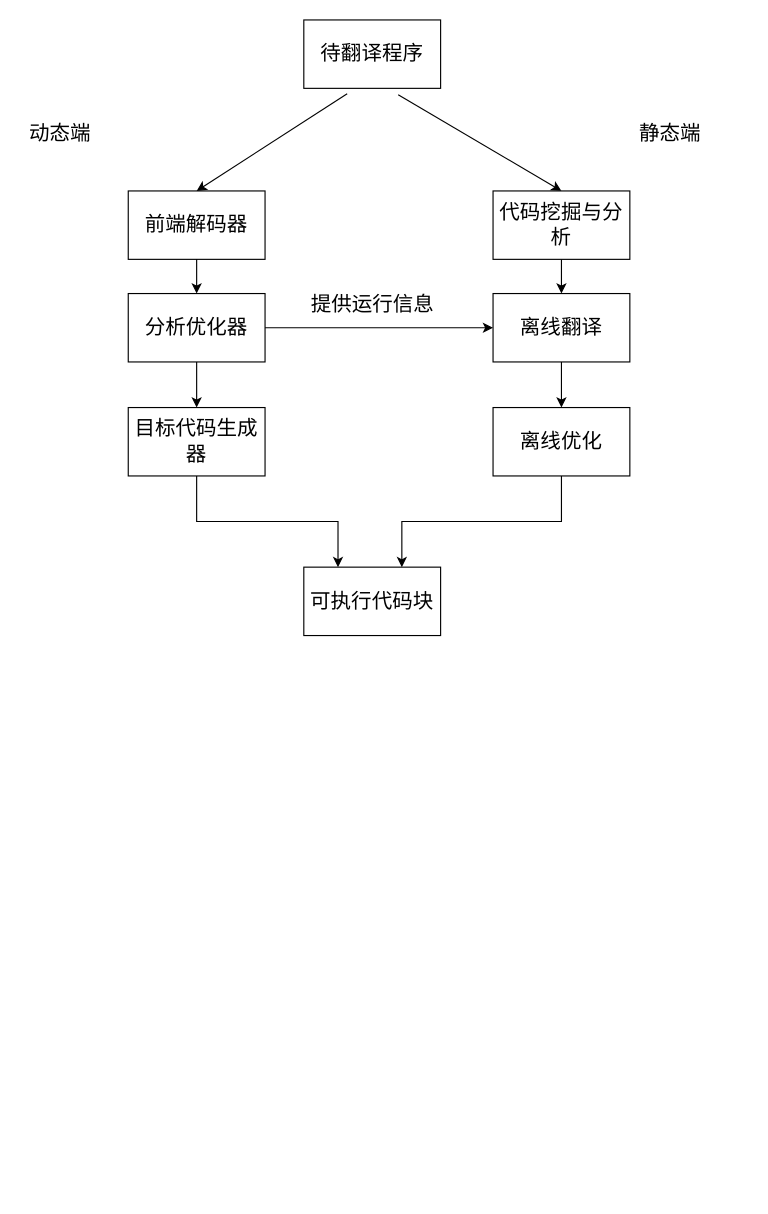
Above: page "Page-1" (1 of 2) of Untitled Diagram.drawio in ganjue66da/ganjue66da (draw.io), before the change. Source tidied: cells renumbered, new cells numbered last; positions are measured from the earlier drawing's top-left corner, leaving out a move shared by most shapes. Both pictures are drawn from the tidied source at 114%, with x=0, y=0 at pixel (19, 19).
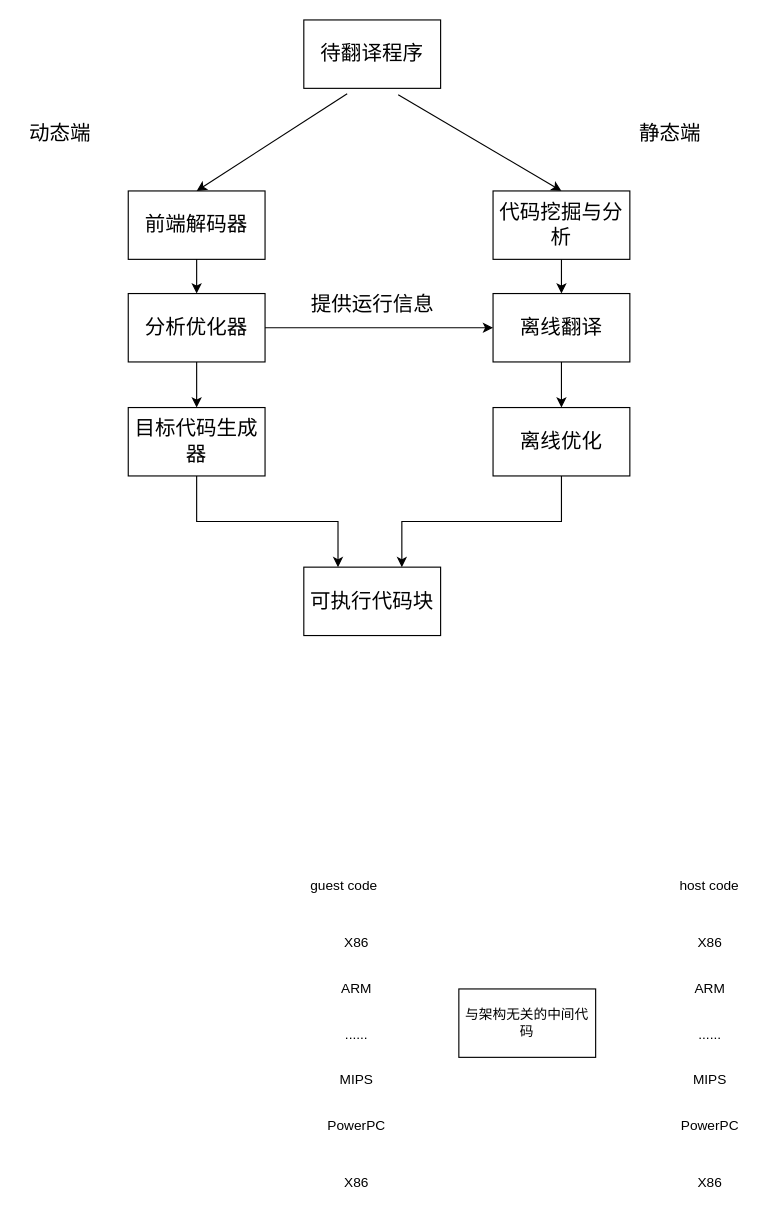
The same diagram, later.

Change to the diagram source:
```diff
@@
+    <mxCell id="22" value="guest code" style="text;html=1;align=center;verticalAlign=middle;strokeColor=none;fillColor=none;" parent="1" vertex="1">
+      <mxGeometry x="249" y="750" width="70" height="20" as="geometry" />
+    </mxCell>
+    <mxCell id="23" value="host code" style="text;html=1;strokeColor=none;fillColor=none;align=center;verticalAlign=middle;whiteSpace=wrap;rounded=0;" parent="1" vertex="1">
+      <mxGeometry x="575" y="745" width="60" height="30" as="geometry" />
+    </mxCell>
+    <mxCell id="24" value="X86" style="text;html=1;align=center;verticalAlign=middle;strokeColor=none;fillColor=none;" parent="1" vertex="1">
+      <mxGeometry x="275" y="800" width="40" height="20" as="geometry" />
+    </mxCell>
+    <mxCell id="25" value="ARM" style="text;html=1;align=center;verticalAlign=middle;strokeColor=none;fillColor=none;" parent="1" vertex="1">
+      <mxGeometry x="275" y="840" width="40" height="20" as="geometry" />
+    </mxCell>
+    <mxCell id="26" value="......" style="text;html=1;align=center;verticalAlign=middle;strokeColor=none;fillColor=none;" parent="1" vertex="1">
+      <mxGeometry x="275" y="880" width="40" height="20" as="geometry" />
+    </mxCell>
+    <mxCell id="27" value="MIPS" style="text;html=1;align=center;verticalAlign=middle;strokeColor=none;fillColor=none;" parent="1" vertex="1">
+      <mxGeometry x="270" y="920" width="50" height="20" as="geometry" />
+    </mxCell>
+    <mxCell id="28" value="PowerPC" style="text;html=1;align=center;verticalAlign=middle;strokeColor=none;fillColor=none;" parent="1" vertex="1">
+      <mxGeometry x="260" y="960" width="70" height="20" as="geometry" />
+    </mxCell>
+    <mxCell id="29" value="X86" style="text;html=1;align=center;verticalAlign=middle;strokeColor=none;fillColor=none;" parent="1" vertex="1">
+      <mxGeometry x="275" y="1010" width="40" height="20" as="geometry" />
+    </mxCell>
+    <mxCell id="30" value="X86" style="text;html=1;align=center;verticalAlign=middle;strokeColor=none;fillColor=none;" parent="1" vertex="1">
+      <mxGeometry x="585" y="800" width="40" height="20" as="geometry" />
+    </mxCell>
+    <mxCell id="31" value="ARM" style="text;html=1;align=center;verticalAlign=middle;strokeColor=none;fillColor=none;" parent="1" vertex="1">
+      <mxGeometry x="585" y="840" width="40" height="20" as="geometry" />
+    </mxCell>
+    <mxCell id="32" value="......" style="text;html=1;align=center;verticalAlign=middle;strokeColor=none;fillColor=none;" parent="1" vertex="1">
+      <mxGeometry x="585" y="880" width="40" height="20" as="geometry" />
+    </mxCell>
+    <mxCell id="33" value="MIPS" style="text;html=1;align=center;verticalAlign=middle;strokeColor=none;fillColor=none;" parent="1" vertex="1">
+      <mxGeometry x="580" y="920" width="50" height="20" as="geometry" />
+    </mxCell>
+    <mxCell id="34" value="PowerPC" style="text;html=1;align=center;verticalAlign=middle;strokeColor=none;fillColor=none;" parent="1" vertex="1">
+      <mxGeometry x="570" y="960" width="70" height="20" as="geometry" />
+    </mxCell>
+    <mxCell id="35" value="X86" style="text;html=1;align=center;verticalAlign=middle;strokeColor=none;fillColor=none;" parent="1" vertex="1">
+      <mxGeometry x="585" y="1010" width="40" height="20" as="geometry" />
+    </mxCell>
+    <mxCell id="36" value="与架构无关的中间代码" style="whiteSpace=wrap;html=1;" parent="1" vertex="1">
+      <mxGeometry x="385" y="850" width="120" height="60" as="geometry" />
+    </mxCell>
```
